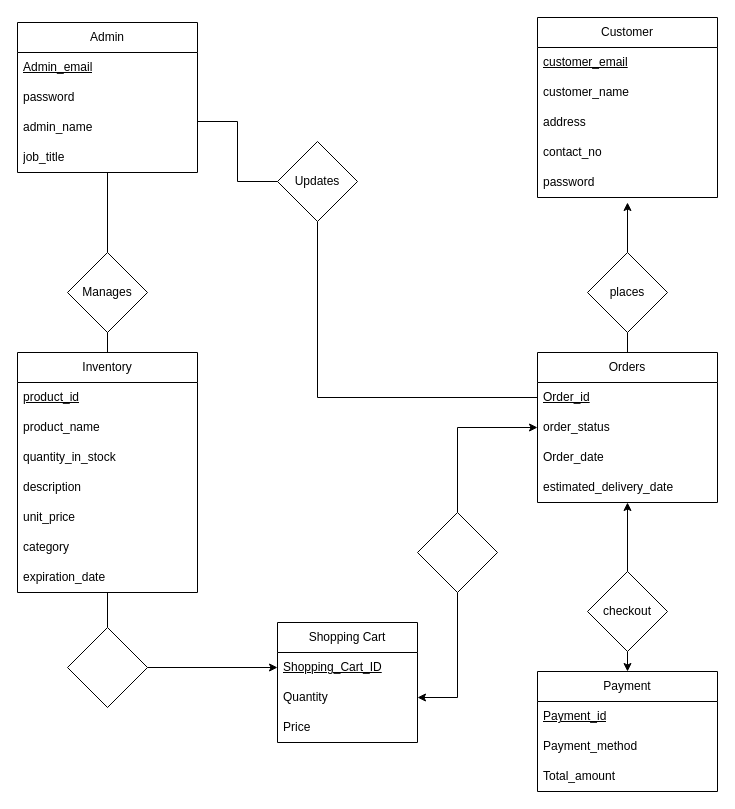
This is project.drawio from haris-hk/Database-ERD, a draw.io file, before an edit. Source tidied: cells renumbered, new cells numbered last; positions are measured from the earlier drawing's top-left corner, leaving out a move shared by most shapes. Both pictures are drawn from the tidied source at 100%, with x=0, y=0 at pixel (17, 17).
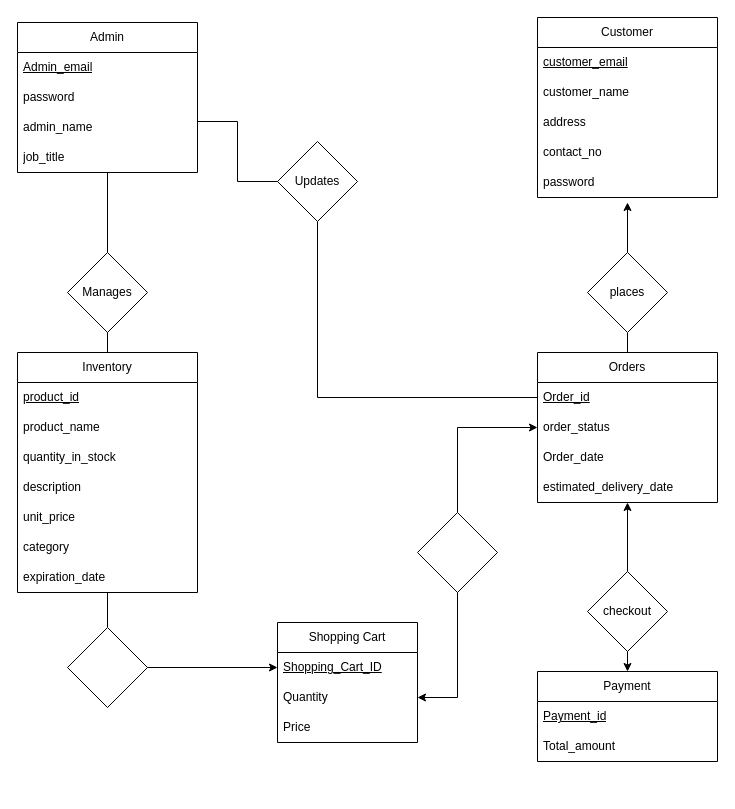
Above is the later version.

The edit, as a diff of the source:
```diff
@@
     <mxCell id="26" value="Payment" style="swimlane;fontStyle=0;horizontal=1;startSize=30;whiteSpace=wrap;html=1;" parent="1" vertex="1">
-      <mxGeometry x="520" y="654" width="180" height="120" as="geometry" />
+      <mxGeometry x="520" y="654" width="180" height="90" as="geometry" />
     </mxCell>
@@
-    <mxCell id="28" value="Payment_method" style="text;strokeColor=none;fillColor=none;align=left;verticalAlign=middle;spacingLeft=4;spacingRight=4;overflow=hidden;whiteSpace=wrap;html=1;" parent="26" vertex="1">
-      <mxGeometry y="60" width="180" height="30" as="geometry" />
-    </mxCell>
     <mxCell id="29" value="Total_amount" style="text;strokeColor=none;fillColor=none;align=left;verticalAlign=middle;spacingLeft=4;spacingRight=4;overflow=hidden;whiteSpace=wrap;html=1;" parent="26" vertex="1">
-      <mxGeometry y="90" width="180" height="30" as="geometry" />
+      <mxGeometry y="60" width="180" height="30" as="geometry" />
     </mxCell>
```
